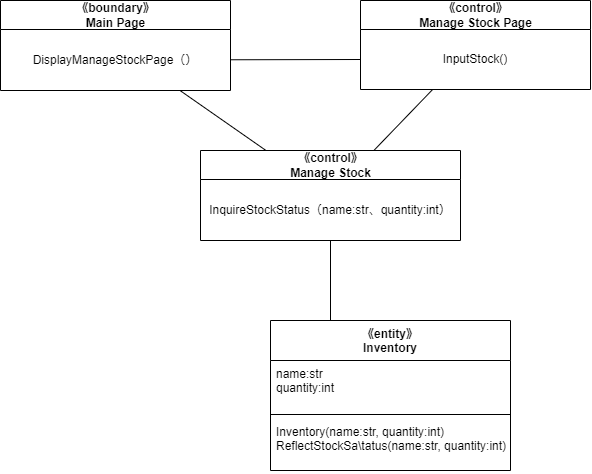
MasakiHiguchi/--- keeps this draw.io diagram as psp4/設計モデルのクラス/設計モデルクラス図_在庫管理.drawio.png. Above is the earlier version. Source tidied: cells renumbered, new cells last; positions are measured from the earlier drawing's top-left corner, leaving out a move shared by most shapes.
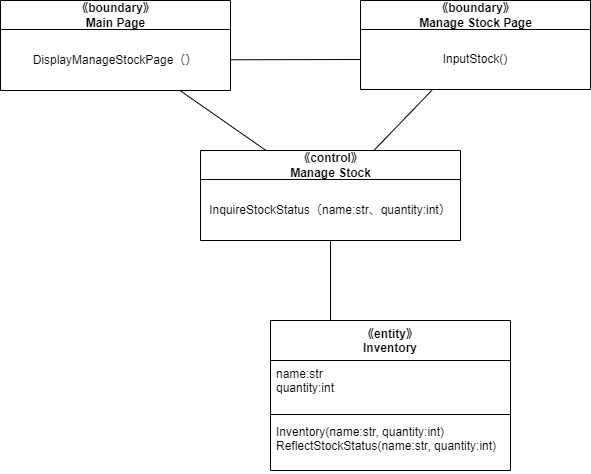
The same file after the commit.

Diff of the diagram source:
```diff
@@ -11,7 +11,7 @@
     <mxCell id="4" style="line;strokeWidth=1;fillColor=none;align=left;verticalAlign=middle;spacingTop=-1;spacingLeft=3;spacingRight=3;labelPosition=right;strokeColor=inherit;" parent="2" vertex="1">
       <mxGeometry y="90" width="240" height="8" as="geometry" />
     </mxCell>
-    <mxCell id="5" value="Inventory(name:str, quantity:int)&#10;ReflectStockSa\tatus(name:str, quantity:int)" style="text;strokeColor=none;fillColor=none;align=left;verticalAlign=top;spacingLeft=4;spacingRight=4;overflow=hidden;" parent="2" vertex="1">
+    <mxCell id="5" value="Inventory(name:str, quantity:int)&#10;ReflectStockStatus(name:str, quantity:int)" style="text;strokeColor=none;fillColor=none;align=left;verticalAlign=top;spacingLeft=4;spacingRight=4;overflow=hidden;" parent="2" vertex="1">
       <mxGeometry y="98" width="240" height="52" as="geometry" />
     </mxCell>
     <mxCell id="6" style="edgeStyle=none;html=1;entryX=0.25;entryY=0;entryDx=0;entryDy=0;endArrow=none;endFill=0;" parent="1" edge="1" source="7" target="2">
@@ -35,7 +35,7 @@
     <mxCell id="12" style="edgeStyle=none;html=1;endArrow=none;endFill=0;" parent="1" edge="1" source="13" target="7">
       <mxGeometry relative="1" as="geometry" />
     </mxCell>
-    <mxCell id="13" value="《control》&lt;br&gt;Manage Stock Page" style="swimlane;fontStyle=1;align=center;verticalAlign=middle;horizontal=1;startSize=29;html=1;" parent="1" vertex="1">
+    <mxCell id="13" value="《boundary》&lt;br&gt;Manage Stock Page" style="swimlane;fontStyle=1;align=center;verticalAlign=middle;horizontal=1;startSize=29;html=1;" parent="1" vertex="1">
       <mxGeometry x="360" width="230" height="89" as="geometry" />
     </mxCell>
     <mxCell id="14" value="InputStock()" style="text;html=1;strokeColor=none;fillColor=none;align=center;verticalAlign=middle;spacingLeft=4;spacingRight=4;overflow=hidden;points=[[0,0.5],[1,0.5]];portConstraint=eastwest;" parent="13" vertex="1">
```
